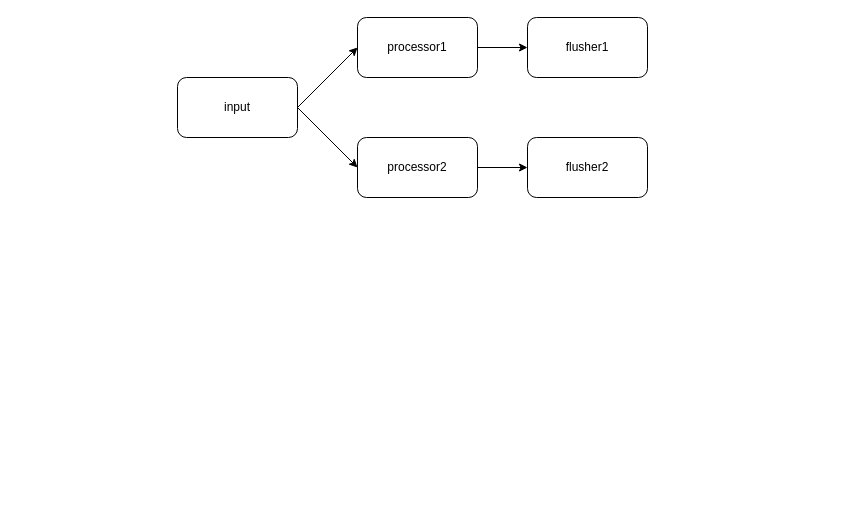
PalanQu/images keeps this draw.io diagram as page "Page-18" (18 of 22) of 未命名绘图.drawio. Above is the earlier version. Source tidied: cells renumbered, new cells numbered last; positions are measured from the earlier drawing's top-left corner, leaving out a move shared by most shapes. Both pictures are drawn from the tidied source at 100%, with x=0, y=0 at pixel (177, 17).
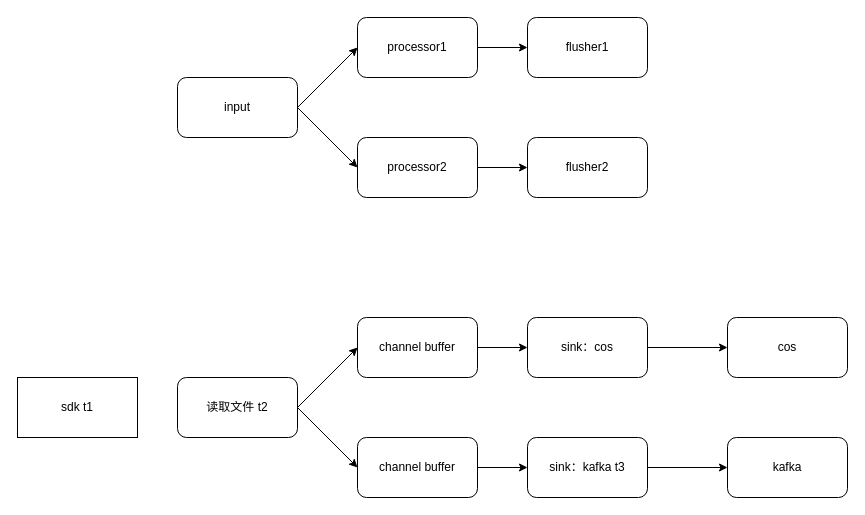
The same diagram, later.

Commit message:
Update 未命名绘图.drawio

What changed in the source:
```diff
@@
+    <mxCell id="11" value="读取文件 t2" style="rounded=1;whiteSpace=wrap;html=1;" parent="1" vertex="1">
+      <mxGeometry y="360" width="120" height="60" as="geometry" />
+    </mxCell>
+    <mxCell id="12" style="edgeStyle=orthogonalEdgeStyle;rounded=0;jettySize=auto;html=1;" parent="1" edge="1" source="13" target="15">
+      <mxGeometry relative="1" as="geometry" />
+    </mxCell>
+    <mxCell id="13" value="channel buffer" style="rounded=1;whiteSpace=wrap;html=1;" parent="1" vertex="1">
+      <mxGeometry x="180" y="300" width="120" height="60" as="geometry" />
+    </mxCell>
+    <mxCell id="14" style="edgeStyle=orthogonalEdgeStyle;rounded=0;jettySize=auto;html=1;" parent="1" edge="1" source="15" target="22">
+      <mxGeometry relative="1" as="geometry" />
+    </mxCell>
+    <mxCell id="15" value="sink：cos" style="rounded=1;whiteSpace=wrap;html=1;" parent="1" vertex="1">
+      <mxGeometry x="350" y="300" width="120" height="60" as="geometry" />
+    </mxCell>
+    <mxCell id="16" style="edgeStyle=orthogonalEdgeStyle;rounded=0;jettySize=auto;html=1;" parent="1" edge="1" source="17" target="19">
+      <mxGeometry relative="1" as="geometry" />
+    </mxCell>
+    <mxCell id="17" value="channel buffer" style="rounded=1;whiteSpace=wrap;html=1;" parent="1" vertex="1">
+      <mxGeometry x="180" y="420" width="120" height="60" as="geometry" />
+    </mxCell>
+    <mxCell id="18" style="edgeStyle=orthogonalEdgeStyle;rounded=0;jettySize=auto;html=1;" parent="1" edge="1" source="19" target="23">
+      <mxGeometry relative="1" as="geometry" />
+    </mxCell>
+    <mxCell id="19" value="sink：kafka t3" style="rounded=1;whiteSpace=wrap;html=1;" parent="1" vertex="1">
+      <mxGeometry x="350" y="420" width="120" height="60" as="geometry" />
+    </mxCell>
+    <mxCell id="20" style="endArrow=classic;html=1;rounded=0;entryX=0;entryY=0.5;entryDx=0;entryDy=0;" parent="1" edge="1" target="13">
+      <mxGeometry relative="1" as="geometry">
+        <mxPoint x="120" y="390" as="sourcePoint" />
+      </mxGeometry>
+    </mxCell>
+    <mxCell id="21" style="endArrow=classic;html=1;rounded=0;exitX=1;exitY=0.5;exitDx=0;exitDy=0;entryX=0;entryY=0.5;entryDx=0;entryDy=0;" parent="1" edge="1" source="11" target="17">
+      <mxGeometry relative="1" as="geometry" />
+    </mxCell>
+    <mxCell id="22" value="cos" style="rounded=1;whiteSpace=wrap;html=1;" parent="1" vertex="1">
+      <mxGeometry x="550" y="300" width="120" height="60" as="geometry" />
+    </mxCell>
+    <mxCell id="23" value="kafka" style="rounded=1;whiteSpace=wrap;html=1;" parent="1" vertex="1">
+      <mxGeometry x="550" y="420" width="120" height="60" as="geometry" />
+    </mxCell>
+    <mxCell id="24" value="sdk t1" style="whiteSpace=wrap;html=1;" parent="1" vertex="1">
+      <mxGeometry x="-160" y="360" width="120" height="60" as="geometry" />
+    </mxCell>
```
